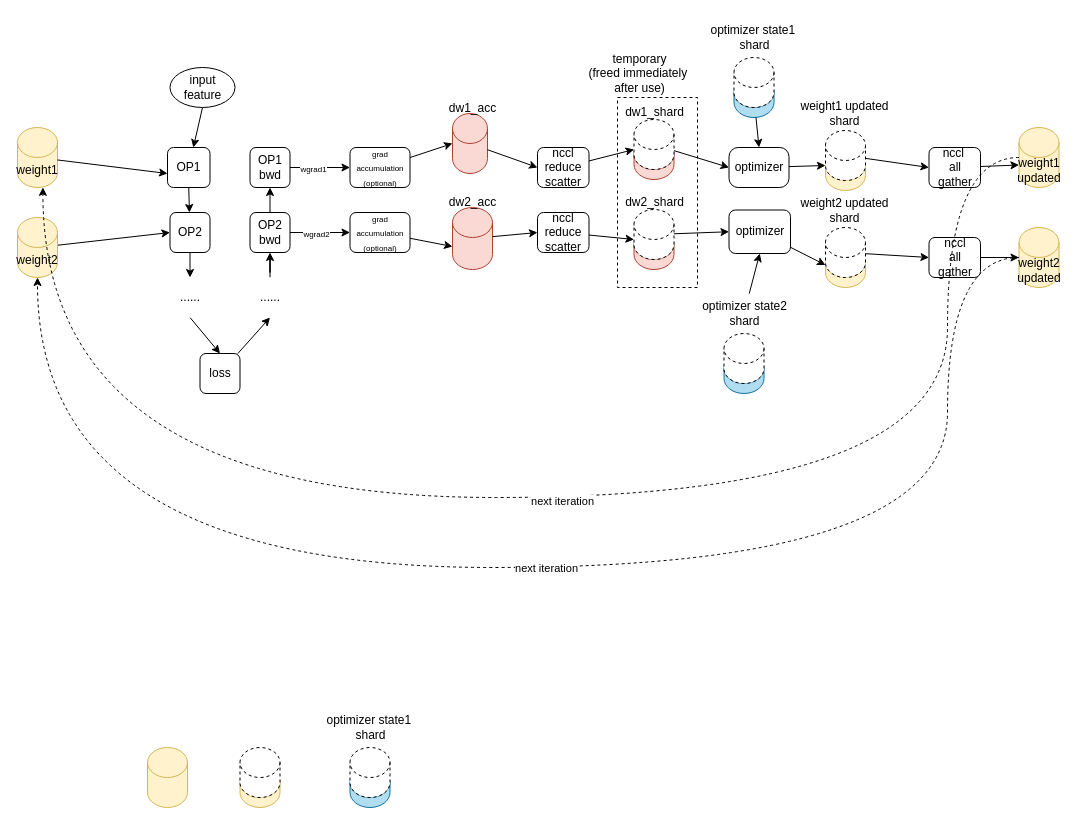
The draw.io diagram zero1.drawio in thereAreDemonsNearby/DynamoRIOAndDrCCTProfNotes, before the edit. Source tidied: cells renumbered, new cells numbered last; positions are measured from the earlier drawing's top-left corner, leaving out a move shared by most shapes. Both pictures are drawn from the tidied source at 100%, with x=0, y=0 at pixel (17, 17).
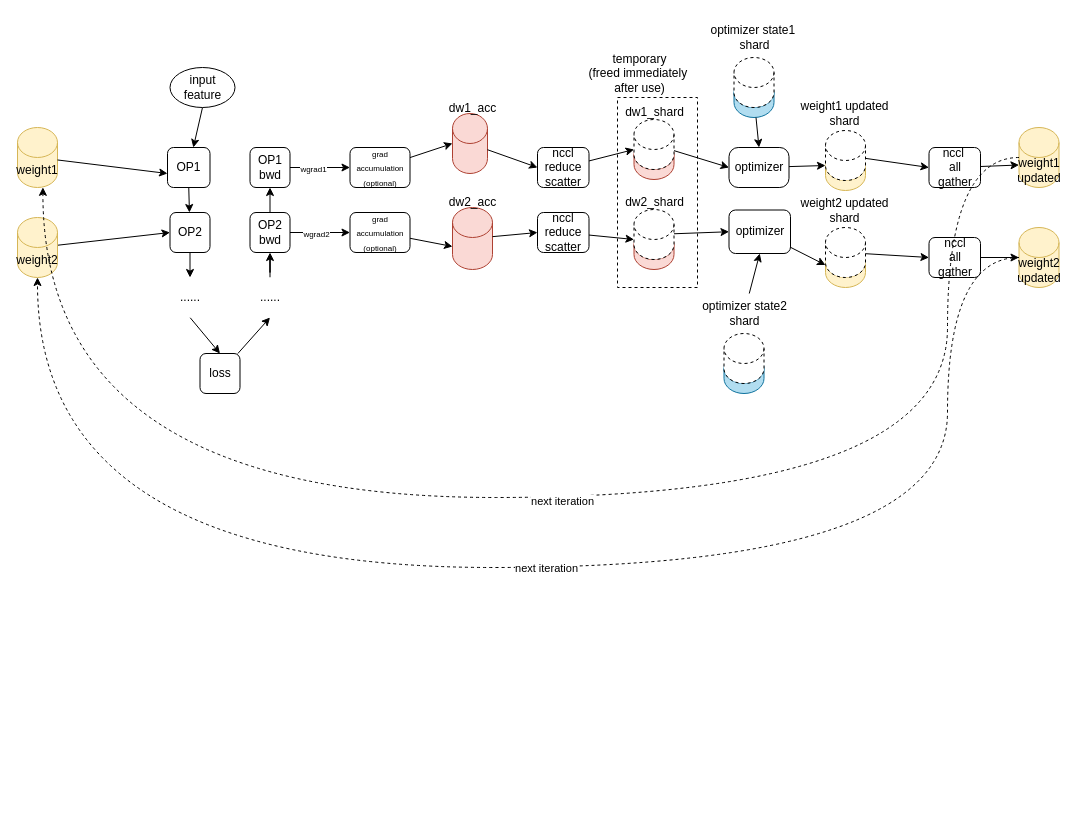
The same page after the edit.

Change to the diagram source:
```diff
@@
-    <mxCell id="34" style="shape=cylinder3;whiteSpace=wrap;html=1;boundedLbl=1;backgroundOutline=1;size=15;fillColor=#fff2cc;strokeColor=#d6b656;" parent="1" vertex="1">
-      <mxGeometry x="130" y="730" width="40" height="60" as="geometry" />
-    </mxCell>
-    <mxCell id="35" style="shape=cylinder3;whiteSpace=wrap;html=1;boundedLbl=1;backgroundOutline=1;size=15;fillColor=#fff2cc;strokeColor=#d6b656;" parent="1" vertex="1">
-      <mxGeometry x="222.5" y="750" width="40" height="40" as="geometry" />
-    </mxCell>
-    <mxCell id="36" style="shape=cylinder3;whiteSpace=wrap;html=1;boundedLbl=1;backgroundOutline=1;size=15;dashed=1;" parent="1" vertex="1">
-      <mxGeometry x="222.5" y="730" width="40" height="50" as="geometry" />
-    </mxCell>
@@
-    <mxCell id="47" style="group;" parent="1" vertex="1">
-      <mxGeometry x="297.5" y="690" width="110" height="100" as="geometry" />
-    </mxCell>
-    <mxCell id="48" style="shape=cylinder3;whiteSpace=wrap;html=1;boundedLbl=1;backgroundOutline=1;size=15;fillColor=#b1ddf0;strokeColor=#10739e;" parent="47" vertex="1">
-      <mxGeometry x="35" y="60" width="40" height="40" as="geometry" />
-    </mxCell>
-    <mxCell id="49" style="shape=cylinder3;whiteSpace=wrap;html=1;boundedLbl=1;backgroundOutline=1;size=15;dashed=1;" parent="47" vertex="1">
-      <mxGeometry x="35" y="40" width="40" height="50" as="geometry" />
-    </mxCell>
-    <mxCell id="50" value="&lt;div&gt;optimizer state1&amp;nbsp;&lt;/div&gt;&lt;div&gt;shard&lt;/div&gt;" style="text;html=1;align=center;verticalAlign=middle;strokeColor=none;fillColor=none;" parent="47" vertex="1">
-      <mxGeometry width="110" height="40" as="geometry" />
-    </mxCell>
```
